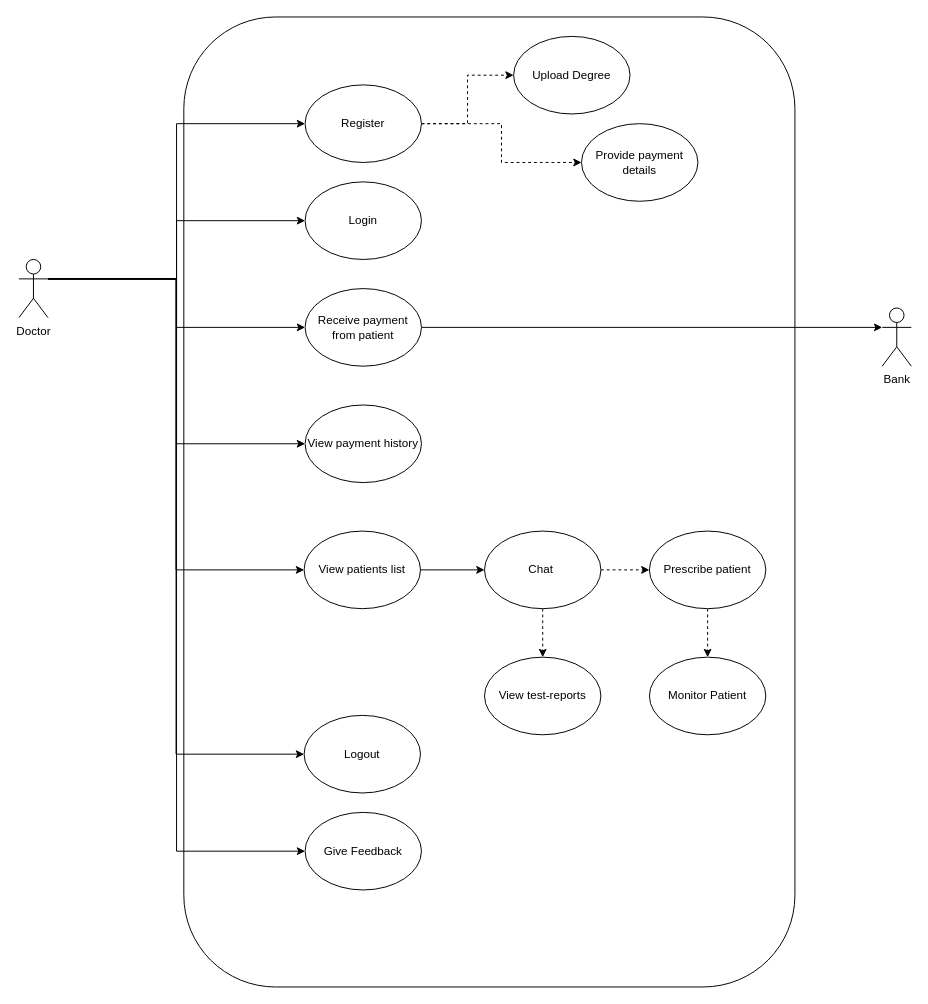
Before: page "doctor" (2 of 5) of STQA.drawio in MohitBurkule/doctorconnect, a draw.io diagram. Source tidied: cells renumbered, new cells numbered last; positions are measured from the earlier drawing's top-left corner, leaving out a move shared by most shapes. Both pictures are drawn from the tidied source at 97%, with x=0, y=0 at pixel (18, 16).
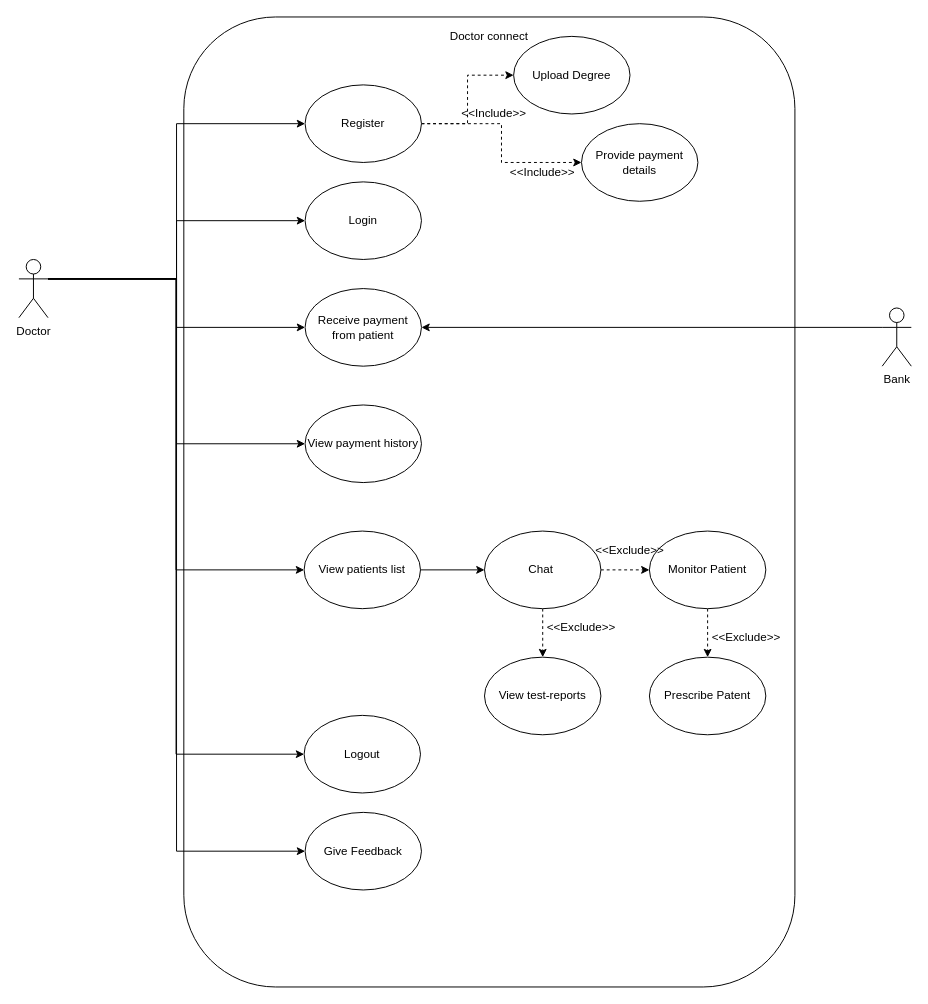
The same page after the edit.

The change refers to these unchanged cells:
```xml
<mxCell id="16" value="Receive payment from patient" style="ellipse;whiteSpace=wrap;html=1;" parent="1" vertex="1">
  <mxGeometry x="295" y="280" width="120" height="80" as="geometry" />
</mxCell>
<mxCell id="27" value="Bank" style="shape=umlActor;verticalLabelPosition=bottom;verticalAlign=top;html=1;outlineConnect=0;" parent="1" vertex="1">
  <mxGeometry x="890" y="300" width="30" height="60" as="geometry" />
</mxCell>
```

Diff of the diagram source:
```diff
@@
-    <mxCell id="15" style="edgeStyle=orthogonalEdgeStyle;rounded=0;jettySize=auto;html=1;exitX=1;exitY=0.5;exitDx=0;exitDy=0;entryX=0;entryY=0.3333333333333333;entryDx=0;entryDy=0;entryPerimeter=0;" parent="1" edge="1" source="16" target="27">
-      <mxGeometry relative="1" as="geometry" />
-    </mxCell>
@@
+    <mxCell id="32" style="edgeStyle=orthogonalEdgeStyle;rounded=0;jettySize=auto;html=1;exitX=0;exitY=0.3333333333333333;exitDx=0;exitDy=0;exitPerimeter=0;entryX=1;entryY=0.5;entryDx=0;entryDy=0;" parent="1" edge="1" source="27" target="16">
+      <mxGeometry relative="1" as="geometry" />
+    </mxCell>
@@
-    <mxCell id="29" value="Prescribe patient" style="ellipse;whiteSpace=wrap;html=1;" parent="1" vertex="1">
+    <mxCell id="29" value="Monitor Patient" style="ellipse;whiteSpace=wrap;html=1;" parent="1" vertex="1">
       <mxGeometry x="650" y="530" width="120" height="80" as="geometry" />
     </mxCell>
-    <mxCell id="30" value="Monitor Patient" style="ellipse;whiteSpace=wrap;html=1;" parent="1" vertex="1">
+    <mxCell id="30" value="Prescribe Patent" style="ellipse;whiteSpace=wrap;html=1;" parent="1" vertex="1">
       <mxGeometry x="650" y="660" width="120" height="80" as="geometry" />
     </mxCell>
@@
+    <mxCell id="33" value="Doctor connect" style="text;html=1;strokeColor=none;fillColor=none;align=center;verticalAlign=middle;whiteSpace=wrap;rounded=0;" parent="1" vertex="1">
+      <mxGeometry x="420" y="10" width="130" height="20" as="geometry" />
+    </mxCell>
+    <mxCell id="34" value="&amp;lt;&amp;lt;Include&amp;gt;&amp;gt;" style="text;html=1;strokeColor=none;fillColor=none;align=center;verticalAlign=middle;whiteSpace=wrap;rounded=0;" parent="1" vertex="1">
+      <mxGeometry x="470" y="90" width="40" height="20" as="geometry" />
+    </mxCell>
+    <mxCell id="35" value="&amp;lt;&amp;lt;Include&amp;gt;&amp;gt;" style="text;html=1;strokeColor=none;fillColor=none;align=center;verticalAlign=middle;whiteSpace=wrap;rounded=0;" parent="1" vertex="1">
+      <mxGeometry x="520" y="150" width="40" height="20" as="geometry" />
+    </mxCell>
+    <mxCell id="36" value="&amp;lt;&amp;lt;Exclude&amp;gt;&amp;gt;" style="text;html=1;strokeColor=none;fillColor=none;align=center;verticalAlign=middle;whiteSpace=wrap;rounded=0;" parent="1" vertex="1">
+      <mxGeometry x="610" y="540" width="40" height="20" as="geometry" />
+    </mxCell>
+    <mxCell id="37" value="&amp;lt;&amp;lt;Exclude&amp;gt;&amp;gt;" style="text;html=1;strokeColor=none;fillColor=none;align=center;verticalAlign=middle;whiteSpace=wrap;rounded=0;" parent="1" vertex="1">
+      <mxGeometry x="560" y="620" width="40" height="20" as="geometry" />
+    </mxCell>
+    <mxCell id="38" value="&amp;lt;&amp;lt;Exclude&amp;gt;&amp;gt;" style="text;html=1;strokeColor=none;fillColor=none;align=center;verticalAlign=middle;whiteSpace=wrap;rounded=0;" parent="1" vertex="1">
+      <mxGeometry x="730" y="630" width="40" height="20" as="geometry" />
+    </mxCell>
```
